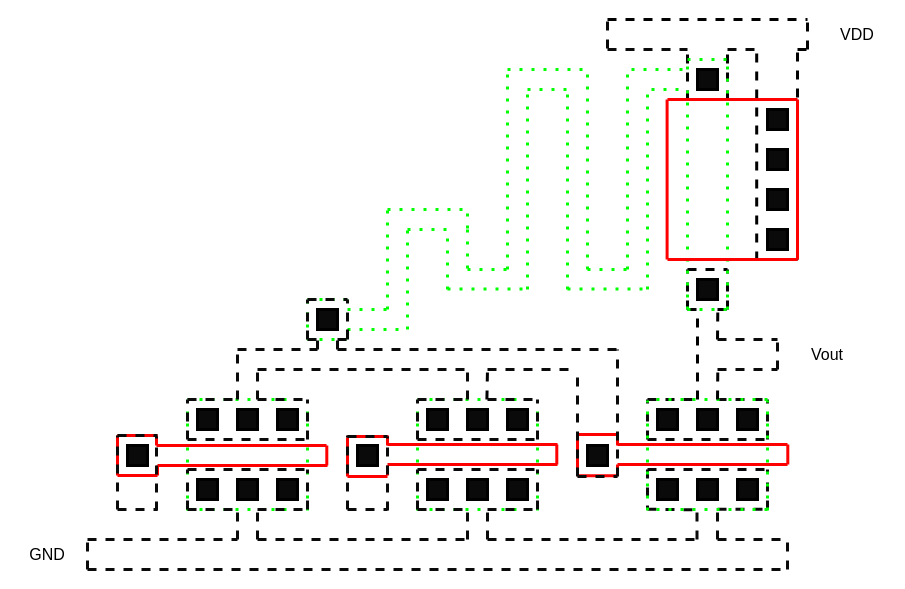
This is Ciruit diagram.drawio from 1102131860/CPT106, a draw.io file, before an edit. Source tidied: cells renumbered, new cells numbered last; positions are measured from the earlier drawing's top-left corner, leaving out a move shared by most shapes. Both pictures are drawn from the tidied source at 100%, with x=0, y=0 at pixel (17, 18).
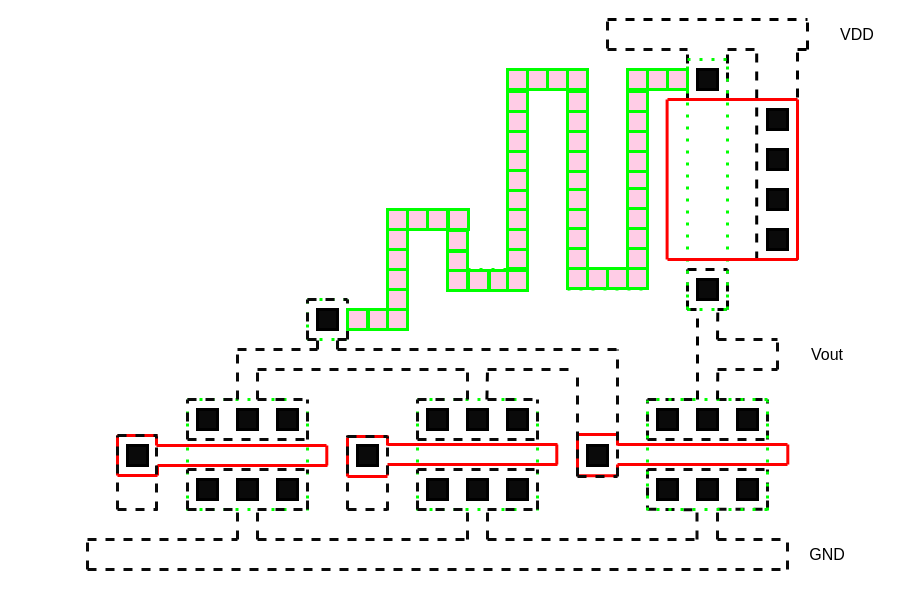
Above is the later version.

What changed in the source:
```diff
@@
-    <mxCell id="150" style="endArrow=none;dashed=1;html=1;dashPattern=1 3;strokeWidth=3;rounded=0;strokeColor=#00FF00;" parent="1" edge="1">
+    <mxCell id="150" style="endArrow=none;dashed=1;html=1;dashPattern=1 3;strokeWidth=3;rounded=0;strokeColor=#00FF00;startArrow=none;" parent="1" edge="1" source="248">
       <mxGeometry relative="1" as="geometry">
-        <mxPoint x="610" y="251" as="sourcePoint" />
         <mxPoint x="670" y="51" as="targetPoint" />
         <Array as="points">
           <mxPoint x="610" y="51" />
         </Array>
       </mxGeometry>
     </mxCell>
@@
-    <mxCell id="156" style="endArrow=none;dashed=1;html=1;dashPattern=1 3;strokeWidth=3;rounded=0;strokeColor=#00FF00;" parent="1" edge="1">
+    <mxCell id="156" style="endArrow=none;dashed=1;html=1;dashPattern=1 3;strokeWidth=3;rounded=0;strokeColor=#00FF00;startArrow=none;" parent="1" edge="1" source="234">
       <mxGeometry relative="1" as="geometry">
-        <mxPoint x="550" y="271" as="sourcePoint" />
         <mxPoint x="550" y="71" as="targetPoint" />
       </mxGeometry>
     </mxCell>
@@
     <mxCell id="193" value="GND" style="text;html=1;strokeColor=none;fillColor=none;align=center;verticalAlign=middle;whiteSpace=wrap;rounded=0;fontSize=16;" parent="1" vertex="1">
-      <mxGeometry y="521" width="60" height="30" as="geometry" />
+      <mxGeometry x="780" y="521" width="60" height="30" as="geometry" />
     </mxCell>
@@
+    <mxCell id="195" style="rounded=0;whiteSpace=wrap;html=1;fontSize=16;strokeColor=#00FF00;strokeWidth=3;fillColor=#FFCCE6;" parent="1" vertex="1">
+      <mxGeometry x="330" y="291" width="20" height="20" as="geometry" />
+    </mxCell>
+    <mxCell id="196" style="rounded=0;whiteSpace=wrap;html=1;fontSize=16;strokeColor=#00FF00;strokeWidth=3;fillColor=#FFCCE6;" parent="1" vertex="1">
+      <mxGeometry x="351" y="291" width="20" height="20" as="geometry" />
+    </mxCell>
+    <mxCell id="197" style="rounded=0;whiteSpace=wrap;html=1;fontSize=16;strokeColor=#00FF00;strokeWidth=3;fillColor=#FFCCE6;" parent="1" vertex="1">
+      <mxGeometry x="370" y="291" width="20" height="20" as="geometry" />
+    </mxCell>
+    <mxCell id="198" style="rounded=0;whiteSpace=wrap;html=1;fontSize=16;strokeColor=#00FF00;strokeWidth=3;fillColor=#FFCCE6;" parent="1" vertex="1">
+      <mxGeometry x="370" y="271" width="20" height="20" as="geometry" />
+    </mxCell>
+    <mxCell id="199" style="rounded=0;whiteSpace=wrap;html=1;fontSize=16;strokeColor=#00FF00;strokeWidth=3;fillColor=#FFCCE6;" parent="1" vertex="1">
+      <mxGeometry x="370" y="251" width="20" height="20" as="geometry" />
+    </mxCell>
+    <mxCell id="200" style="rounded=0;whiteSpace=wrap;html=1;fontSize=16;strokeColor=#00FF00;strokeWidth=3;fillColor=#FFCCE6;" parent="1" vertex="1">
+      <mxGeometry x="370" y="231" width="20" height="20" as="geometry" />
+    </mxCell>
+    <mxCell id="201" style="rounded=0;whiteSpace=wrap;html=1;fontSize=16;strokeColor=#00FF00;strokeWidth=3;fillColor=#FFCCE6;" parent="1" vertex="1">
+      <mxGeometry x="370" y="211" width="20" height="20" as="geometry" />
+    </mxCell>
+    <mxCell id="202" style="rounded=0;whiteSpace=wrap;html=1;fontSize=16;strokeColor=#00FF00;strokeWidth=3;fillColor=#FFCCE6;" parent="1" vertex="1">
+      <mxGeometry x="370" y="191" width="20" height="20" as="geometry" />
+    </mxCell>
+    <mxCell id="203" style="rounded=0;whiteSpace=wrap;html=1;fontSize=16;strokeColor=#00FF00;strokeWidth=3;fillColor=#FFCCE6;" parent="1" vertex="1">
+      <mxGeometry x="390" y="191" width="20" height="20" as="geometry" />
+    </mxCell>
+    <mxCell id="204" style="rounded=0;whiteSpace=wrap;html=1;fontSize=16;strokeColor=#00FF00;strokeWidth=3;fillColor=#FFCCE6;" parent="1" vertex="1">
+      <mxGeometry x="410" y="191" width="20" height="20" as="geometry" />
+    </mxCell>
+    <mxCell id="205" style="rounded=0;whiteSpace=wrap;html=1;fontSize=16;strokeColor=#00FF00;strokeWidth=3;fillColor=#FFCCE6;" parent="1" vertex="1">
+      <mxGeometry x="431" y="191" width="20" height="20" as="geometry" />
+    </mxCell>
+    <mxCell id="206" style="rounded=0;whiteSpace=wrap;html=1;fontSize=16;strokeColor=#00FF00;strokeWidth=3;fillColor=#FFCCE6;" parent="1" vertex="1">
+      <mxGeometry x="430" y="212" width="20" height="20" as="geometry" />
+    </mxCell>
+    <mxCell id="207" style="rounded=0;whiteSpace=wrap;html=1;fontSize=16;strokeColor=#00FF00;strokeWidth=3;fillColor=#FFCCE6;" parent="1" vertex="1">
+      <mxGeometry x="430" y="233" width="20" height="20" as="geometry" />
+    </mxCell>
+    <mxCell id="208" style="rounded=0;whiteSpace=wrap;html=1;fontSize=16;strokeColor=#00FF00;strokeWidth=3;fillColor=#FFCCE6;" parent="1" vertex="1">
+      <mxGeometry x="430" y="252" width="20" height="20" as="geometry" />
+    </mxCell>
+    <mxCell id="209" style="rounded=0;whiteSpace=wrap;html=1;fontSize=16;strokeColor=#00FF00;strokeWidth=3;fillColor=#FFCCE6;" parent="1" vertex="1">
+      <mxGeometry x="451" y="252" width="20" height="20" as="geometry" />
+    </mxCell>
+    <mxCell id="210" style="rounded=0;whiteSpace=wrap;html=1;fontSize=16;strokeColor=#00FF00;strokeWidth=3;fillColor=#FFCCE6;" parent="1" vertex="1">
+      <mxGeometry x="472" y="252" width="20" height="20" as="geometry" />
+    </mxCell>
+    <mxCell id="211" style="rounded=0;whiteSpace=wrap;html=1;fontSize=16;strokeColor=#00FF00;strokeWidth=3;fillColor=#FFCCE6;" parent="1" vertex="1">
+      <mxGeometry x="490" y="252" width="20" height="20" as="geometry" />
+    </mxCell>
+    <mxCell id="212" style="rounded=0;whiteSpace=wrap;html=1;fontSize=16;strokeColor=#00FF00;strokeWidth=3;fillColor=#FFCCE6;" parent="1" vertex="1">
+      <mxGeometry x="490" y="230" width="20" height="20" as="geometry" />
+    </mxCell>
+    <mxCell id="213" style="rounded=0;whiteSpace=wrap;html=1;fontSize=16;strokeColor=#00FF00;strokeWidth=3;fillColor=#FFCCE6;" parent="1" vertex="1">
+      <mxGeometry x="490" y="211" width="20" height="20" as="geometry" />
+    </mxCell>
+    <mxCell id="214" style="rounded=0;whiteSpace=wrap;html=1;fontSize=16;strokeColor=#00FF00;strokeWidth=3;fillColor=#FFCCE6;" parent="1" vertex="1">
+      <mxGeometry x="490" y="191" width="20" height="20" as="geometry" />
+    </mxCell>
+    <mxCell id="215" style="rounded=0;whiteSpace=wrap;html=1;fontSize=16;strokeColor=#00FF00;strokeWidth=3;fillColor=#FFCCE6;" parent="1" vertex="1">
+      <mxGeometry x="490" y="171" width="20" height="20" as="geometry" />
+    </mxCell>
+    <mxCell id="216" style="rounded=0;whiteSpace=wrap;html=1;fontSize=16;strokeColor=#00FF00;strokeWidth=3;fillColor=#FFCCE6;" parent="1" vertex="1">
+      <mxGeometry x="490" y="152" width="20" height="20" as="geometry" />
+    </mxCell>
+    <mxCell id="217" style="rounded=0;whiteSpace=wrap;html=1;fontSize=16;strokeColor=#00FF00;strokeWidth=3;fillColor=#FFCCE6;" parent="1" vertex="1">
+      <mxGeometry x="490" y="132" width="20" height="20" as="geometry" />
+    </mxCell>
+    <mxCell id="218" style="rounded=0;whiteSpace=wrap;html=1;fontSize=16;strokeColor=#00FF00;strokeWidth=3;fillColor=#FFCCE6;" parent="1" vertex="1">
+      <mxGeometry x="490" y="113" width="20" height="20" as="geometry" />
+    </mxCell>
+    <mxCell id="219" style="rounded=0;whiteSpace=wrap;html=1;fontSize=16;strokeColor=#00FF00;strokeWidth=3;fillColor=#FFCCE6;" parent="1" vertex="1">
+      <mxGeometry x="490" y="93" width="20" height="20" as="geometry" />
+    </mxCell>
+    <mxCell id="220" style="rounded=0;whiteSpace=wrap;html=1;fontSize=16;strokeColor=#00FF00;strokeWidth=3;fillColor=#FFCCE6;" parent="1" vertex="1">
+      <mxGeometry x="490" y="73" width="20" height="20" as="geometry" />
+    </mxCell>
+    <mxCell id="221" style="rounded=0;whiteSpace=wrap;html=1;fontSize=16;strokeColor=#00FF00;strokeWidth=3;fillColor=#FFCCE6;" parent="1" vertex="1">
+      <mxGeometry x="490" y="51" width="20" height="20" as="geometry" />
+    </mxCell>
+    <mxCell id="222" style="rounded=0;whiteSpace=wrap;html=1;fontSize=16;strokeColor=#00FF00;strokeWidth=3;fillColor=#FFCCE6;" parent="1" vertex="1">
+      <mxGeometry x="510" y="51" width="20" height="20" as="geometry" />
+    </mxCell>
+    <mxCell id="223" style="rounded=0;whiteSpace=wrap;html=1;fontSize=16;strokeColor=#00FF00;strokeWidth=3;fillColor=#FFCCE6;" parent="1" vertex="1">
+      <mxGeometry x="530" y="51" width="20" height="20" as="geometry" />
+    </mxCell>
+    <mxCell id="224" style="rounded=0;whiteSpace=wrap;html=1;fontSize=16;strokeColor=#00FF00;strokeWidth=3;fillColor=#FFCCE6;" parent="1" vertex="1">
+      <mxGeometry x="550" y="51" width="20" height="20" as="geometry" />
+    </mxCell>
+    <mxCell id="225" style="rounded=0;whiteSpace=wrap;html=1;fontSize=16;strokeColor=#00FF00;strokeWidth=3;fillColor=#FFCCE6;" parent="1" vertex="1">
+      <mxGeometry x="550" y="73" width="20" height="20" as="geometry" />
+    </mxCell>
+    <mxCell id="226" style="rounded=0;whiteSpace=wrap;html=1;fontSize=16;strokeColor=#00FF00;strokeWidth=3;fillColor=#FFCCE6;" parent="1" vertex="1">
+      <mxGeometry x="550" y="93" width="20" height="20" as="geometry" />
+    </mxCell>
+    <mxCell id="227" style="rounded=0;whiteSpace=wrap;html=1;fontSize=16;strokeColor=#00FF00;strokeWidth=3;fillColor=#FFCCE6;" parent="1" vertex="1">
+      <mxGeometry x="550" y="113" width="20" height="20" as="geometry" />
+    </mxCell>
+    <mxCell id="228" style="rounded=0;whiteSpace=wrap;html=1;fontSize=16;strokeColor=#00FF00;strokeWidth=3;fillColor=#FFCCE6;" parent="1" vertex="1">
+      <mxGeometry x="550" y="133" width="20" height="20" as="geometry" />
+    </mxCell>
+    <mxCell id="229" style="rounded=0;whiteSpace=wrap;html=1;fontSize=16;strokeColor=#00FF00;strokeWidth=3;fillColor=#FFCCE6;" parent="1" vertex="1">
+      <mxGeometry x="550" y="153" width="20" height="20" as="geometry" />
+    </mxCell>
+    <mxCell id="230" style="rounded=0;whiteSpace=wrap;html=1;fontSize=16;strokeColor=#00FF00;strokeWidth=3;fillColor=#FFCCE6;" parent="1" vertex="1">
+      <mxGeometry x="550" y="171" width="20" height="20" as="geometry" />
+    </mxCell>
+    <mxCell id="231" style="rounded=0;whiteSpace=wrap;html=1;fontSize=16;strokeColor=#00FF00;strokeWidth=3;fillColor=#FFCCE6;" parent="1" vertex="1">
+      <mxGeometry x="550" y="191" width="20" height="20" as="geometry" />
+    </mxCell>
+    <mxCell id="232" style="rounded=0;whiteSpace=wrap;html=1;fontSize=16;strokeColor=#00FF00;strokeWidth=3;fillColor=#FFCCE6;" parent="1" vertex="1">
+      <mxGeometry x="550" y="210" width="20" height="20" as="geometry" />
+    </mxCell>
+    <mxCell id="233" style="rounded=0;whiteSpace=wrap;html=1;fontSize=16;strokeColor=#00FF00;strokeWidth=3;fillColor=#FFCCE6;" parent="1" vertex="1">
+      <mxGeometry x="550" y="230" width="20" height="20" as="geometry" />
+    </mxCell>
+    <mxCell id="234" style="rounded=0;whiteSpace=wrap;html=1;fontSize=16;strokeColor=#00FF00;strokeWidth=3;fillColor=#FFCCE6;" parent="1" vertex="1">
+      <mxGeometry x="550" y="250" width="20" height="20" as="geometry" />
+    </mxCell>
+    <mxCell id="235" style="endArrow=none;dashed=1;html=1;dashPattern=1 3;strokeWidth=3;rounded=0;strokeColor=#00FF00;" parent="1" edge="1" target="234">
+      <mxGeometry relative="1" as="geometry">
+        <mxPoint x="550" y="271" as="sourcePoint" />
+      </mxGeometry>
+    </mxCell>
+    <mxCell id="236" style="rounded=0;whiteSpace=wrap;html=1;fontSize=16;strokeColor=#00FF00;strokeWidth=3;fillColor=#FFCCE6;" parent="1" vertex="1">
+      <mxGeometry x="570" y="250" width="20" height="20" as="geometry" />
+    </mxCell>
+    <mxCell id="237" style="rounded=0;whiteSpace=wrap;html=1;fontSize=16;strokeColor=#00FF00;strokeWidth=3;fillColor=#FFCCE6;" parent="1" vertex="1">
+      <mxGeometry x="590" y="250" width="20" height="20" as="geometry" />
+    </mxCell>
+    <mxCell id="238" style="rounded=0;whiteSpace=wrap;html=1;fontSize=16;strokeColor=#00FF00;strokeWidth=3;fillColor=#FFCCE6;" parent="1" vertex="1">
+      <mxGeometry x="610" y="250" width="20" height="20" as="geometry" />
+    </mxCell>
+    <mxCell id="239" style="rounded=0;whiteSpace=wrap;html=1;fontSize=16;strokeColor=#00FF00;strokeWidth=3;fillColor=#FFCCE6;" parent="1" vertex="1">
+      <mxGeometry x="610" y="230" width="20" height="20" as="geometry" />
+    </mxCell>
+    <mxCell id="240" style="rounded=0;whiteSpace=wrap;html=1;fontSize=16;strokeColor=#00FF00;strokeWidth=3;fillColor=#FFCCE6;" parent="1" vertex="1">
+      <mxGeometry x="610" y="210" width="20" height="20" as="geometry" />
+    </mxCell>
+    <mxCell id="241" style="rounded=0;whiteSpace=wrap;html=1;fontSize=16;strokeColor=#00FF00;strokeWidth=3;fillColor=#FFCCE6;" parent="1" vertex="1">
+      <mxGeometry x="610" y="190" width="20" height="20" as="geometry" />
+    </mxCell>
+    <mxCell id="242" style="rounded=0;whiteSpace=wrap;html=1;fontSize=16;strokeColor=#00FF00;strokeWidth=3;fillColor=#FFCCE6;" parent="1" vertex="1">
+      <mxGeometry x="610" y="170" width="20" height="20" as="geometry" />
+    </mxCell>
+    <mxCell id="243" style="rounded=0;whiteSpace=wrap;html=1;fontSize=16;strokeColor=#00FF00;strokeWidth=3;fillColor=#FFCCE6;" parent="1" vertex="1">
+      <mxGeometry x="610" y="150" width="20" height="20" as="geometry" />
+    </mxCell>
+    <mxCell id="244" style="rounded=0;whiteSpace=wrap;html=1;fontSize=16;strokeColor=#00FF00;strokeWidth=3;fillColor=#FFCCE6;" parent="1" vertex="1">
+      <mxGeometry x="610" y="133" width="20" height="20" as="geometry" />
+    </mxCell>
+    <mxCell id="245" style="rounded=0;whiteSpace=wrap;html=1;fontSize=16;strokeColor=#00FF00;strokeWidth=3;fillColor=#FFCCE6;" parent="1" vertex="1">
+      <mxGeometry x="610" y="113" width="20" height="20" as="geometry" />
+    </mxCell>
+    <mxCell id="246" style="rounded=0;whiteSpace=wrap;html=1;fontSize=16;strokeColor=#00FF00;strokeWidth=3;fillColor=#FFCCE6;" parent="1" vertex="1">
+      <mxGeometry x="610" y="93" width="20" height="20" as="geometry" />
+    </mxCell>
+    <mxCell id="247" style="rounded=0;whiteSpace=wrap;html=1;fontSize=16;strokeColor=#00FF00;strokeWidth=3;fillColor=#FFCCE6;" parent="1" vertex="1">
+      <mxGeometry x="610" y="73" width="20" height="20" as="geometry" />
+    </mxCell>
+    <mxCell id="248" style="rounded=0;whiteSpace=wrap;html=1;fontSize=16;strokeColor=#00FF00;strokeWidth=3;fillColor=#FFCCE6;" parent="1" vertex="1">
+      <mxGeometry x="610" y="51" width="20" height="20" as="geometry" />
+    </mxCell>
+    <mxCell id="249" style="endArrow=none;dashed=1;html=1;dashPattern=1 3;strokeWidth=3;rounded=0;strokeColor=#00FF00;entryX=0;entryY=0.75;entryDx=0;entryDy=0;" parent="1" edge="1" target="248">
+      <mxGeometry relative="1" as="geometry">
+        <mxPoint x="610" y="251" as="sourcePoint" />
+      </mxGeometry>
+    </mxCell>
+    <mxCell id="250" style="rounded=0;whiteSpace=wrap;html=1;fontSize=16;strokeColor=#00FF00;strokeWidth=3;fillColor=#FFCCE6;" parent="1" vertex="1">
+      <mxGeometry x="630" y="51" width="20" height="20" as="geometry" />
+    </mxCell>
+    <mxCell id="251" style="rounded=0;whiteSpace=wrap;html=1;fontSize=16;strokeColor=#00FF00;strokeWidth=3;fillColor=#FFCCE6;" parent="1" vertex="1">
+      <mxGeometry x="650" y="51" width="20" height="20" as="geometry" />
+    </mxCell>
```
